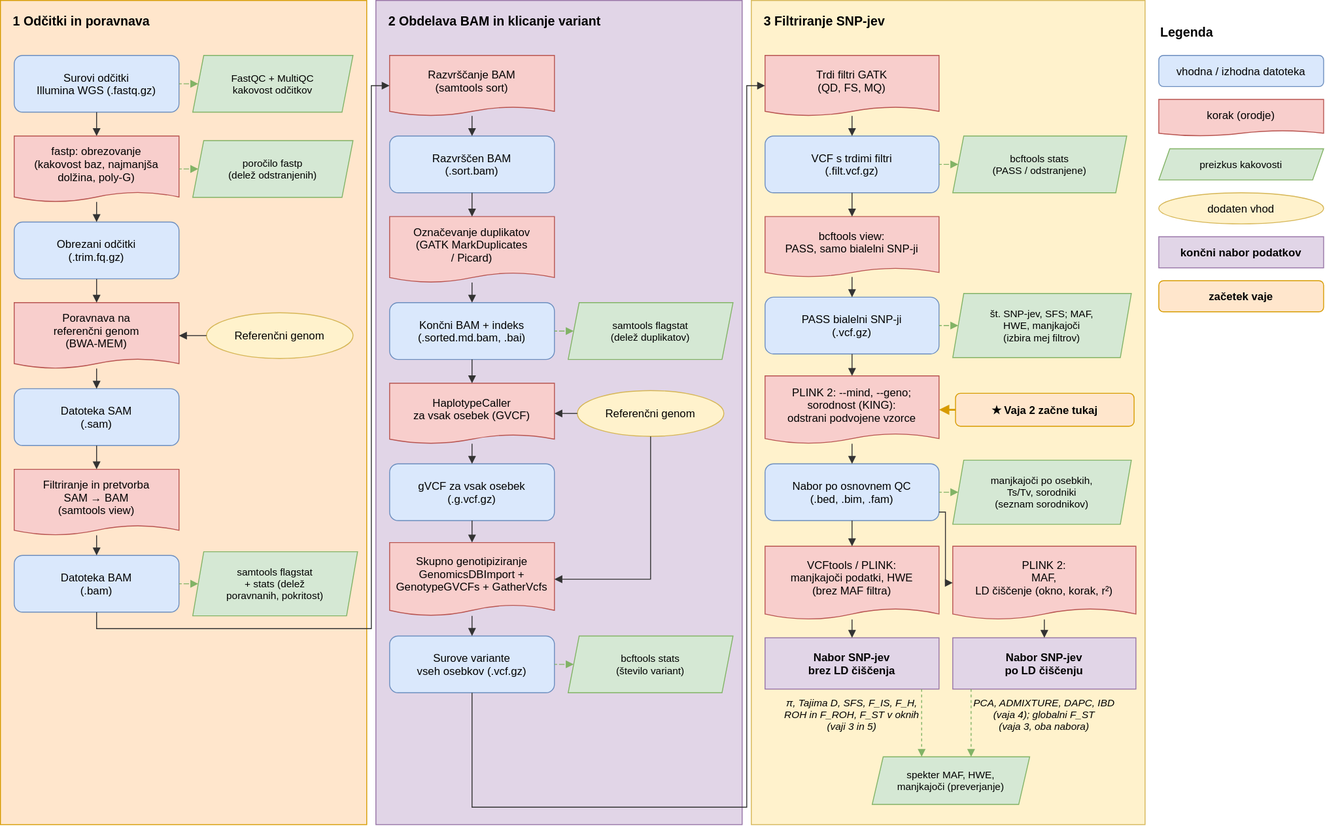
This is E2_plink/images/snp_pipeline_SL.drawio.svg from UrskaGeric/EPG, a draw.io export, as it was before one commit. Source tidied: cells renumbered, new cells last; positions are measured from the earlier drawing's top-left corner, leaving out a move shared by most shapes.
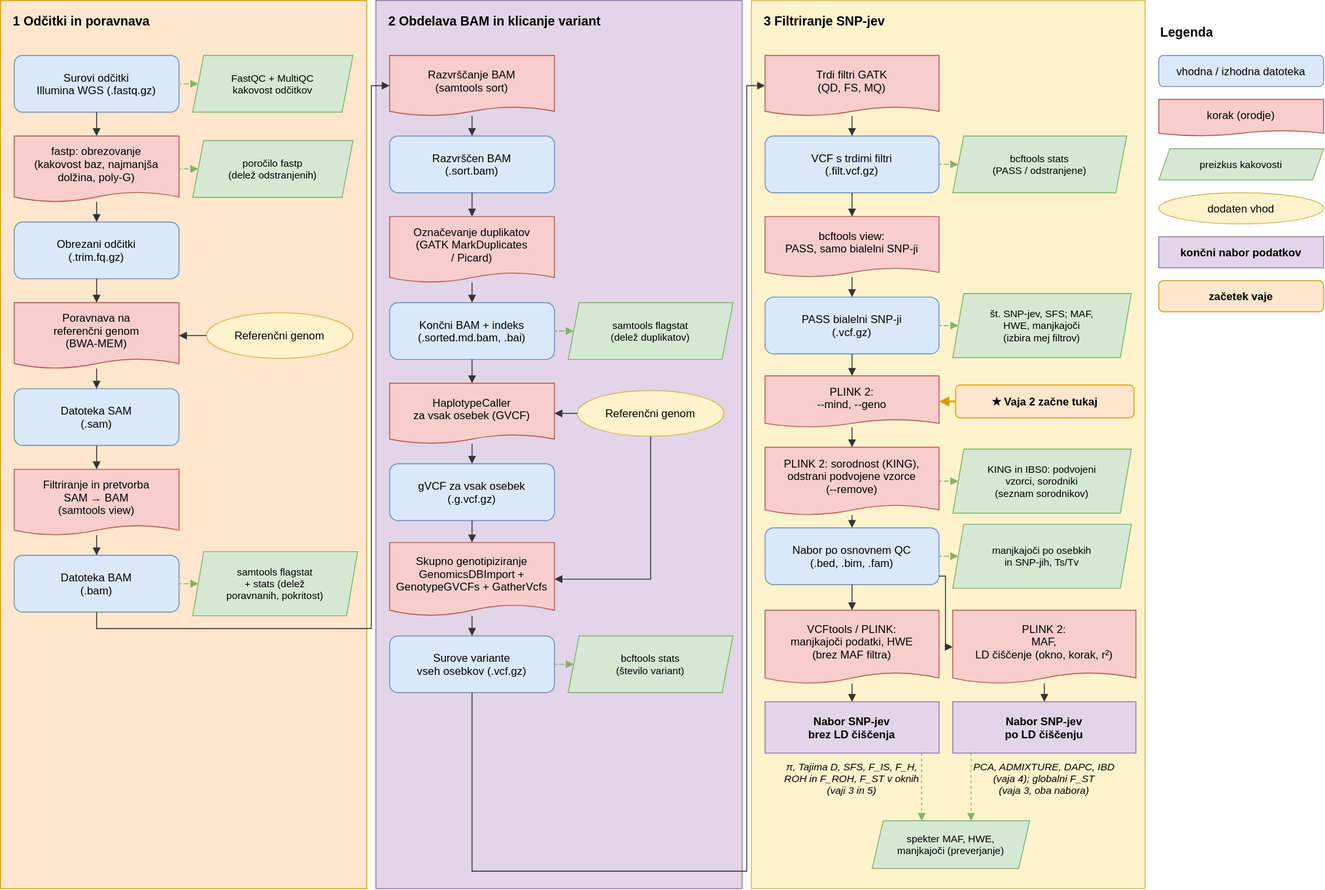
The same diagram one commit later.

Commit message:
Vaja 2: sorodnost v shemi kot ločen korak

The edit, as a diff of the source:
```diff
@@ -3,19 +3,19 @@
     <mxCell id="0" />
     <mxCell id="1" parent="0" />
     <mxCell id="2" style="rounded=0;html=0;fillColor=#ffe6cc;strokeColor=#d79b00;" parent="1" vertex="1">
-      <mxGeometry width="400" height="900" as="geometry" />
+      <mxGeometry width="400" height="970" as="geometry" />
     </mxCell>
     <mxCell id="3" value="1  Odčitki in poravnava" style="text;html=0;align=left;verticalAlign=top;fontSize=14;fontStyle=1;" parent="1" vertex="1">
       <mxGeometry x="12" y="8" width="376" height="30" as="geometry" />
     </mxCell>
     <mxCell id="4" style="rounded=0;html=0;fillColor=#e1d5e7;strokeColor=#9673a6;" parent="1" vertex="1">
-      <mxGeometry x="410" width="400" height="900" as="geometry" />
+      <mxGeometry x="410" width="400" height="970" as="geometry" />
     </mxCell>
     <mxCell id="5" value="2  Obdelava BAM in klicanje variant" style="text;html=0;align=left;verticalAlign=top;fontSize=14;fontStyle=1;" parent="1" vertex="1">
       <mxGeometry x="422" y="8" width="376" height="30" as="geometry" />
     </mxCell>
     <mxCell id="6" style="rounded=0;html=0;fillColor=#fff2cc;strokeColor=#d6b656;" parent="1" vertex="1">
-      <mxGeometry x="820" width="430" height="900" as="geometry" />
+      <mxGeometry x="820" width="430" height="970" as="geometry" />
     </mxCell>
     <mxCell id="7" value="3  Filtriranje SNP-jev" style="text;html=0;align=left;verticalAlign=top;fontSize=14;fontStyle=1;" parent="1" vertex="1">
       <mxGeometry x="832" y="8" width="406" height="30" as="geometry" />
@@ -181,31 +181,31 @@
       <mxGeometry x="1040" y="320" width="195" height="70" as="geometry" />
     </mxCell>
     <mxCell id="58" value="VCFtools / PLINK:&#10;manjkajoči podatki, HWE&#10;(brez MAF filtra)" style="shape=document;html=0;boundedLbl=1;size=0.15;fillColor=#f8cecc;strokeColor=#b85450;fontSize=12;" parent="1" vertex="1">
-      <mxGeometry x="835" y="596" width="190" height="80" as="geometry" />
+      <mxGeometry x="835" y="666" width="190" height="80" as="geometry" />
     </mxCell>
     <mxCell id="59" value="PLINK 2:&#10;MAF,&#10;LD čiščenje (okno, korak, r²)" style="shape=document;html=0;boundedLbl=1;size=0.15;fillColor=#f8cecc;strokeColor=#b85450;fontSize=12;" parent="1" vertex="1">
-      <mxGeometry x="1040" y="596" width="200" height="80" as="geometry" />
+      <mxGeometry x="1040" y="666" width="200" height="80" as="geometry" />
     </mxCell>
     <mxCell id="60" value="Nabor SNP-jev&#10;brez LD čiščenja" style="rounded=0;html=0;fillColor=#e1d5e7;strokeColor=#9673a6;fontSize=12;fontStyle=1;" parent="1" vertex="1">
-      <mxGeometry x="835" y="696" width="190" height="56" as="geometry" />
+      <mxGeometry x="835" y="766" width="190" height="56" as="geometry" />
     </mxCell>
     <mxCell id="61" value="Nabor SNP-jev&#10;po LD čiščenju" style="rounded=0;html=0;fillColor=#e1d5e7;strokeColor=#9673a6;fontSize=12;fontStyle=1;" parent="1" vertex="1">
-      <mxGeometry x="1040" y="696" width="200" height="56" as="geometry" />
+      <mxGeometry x="1040" y="766" width="200" height="56" as="geometry" />
     </mxCell>
     <mxCell id="62" value="π, Tajima D, SFS, F_IS, F_H,&#10;ROH in F_ROH, F_ST v oknih&#10;(vaji 3 in 5)" style="text;html=0;align=center;verticalAlign=top;fontSize=11;fontStyle=2;" parent="1" vertex="1">
-      <mxGeometry x="835" y="754" width="190" height="60" as="geometry" />
+      <mxGeometry x="835" y="824" width="190" height="60" as="geometry" />
     </mxCell>
     <mxCell id="63" value="PCA, ADMIXTURE, DAPC, IBD&#10;(vaja 4); globalni F_ST&#10;(vaja 3, oba nabora)" style="text;html=0;align=center;verticalAlign=top;fontSize=11;fontStyle=2;" parent="1" vertex="1">
-      <mxGeometry x="1040" y="754" width="200" height="60" as="geometry" />
+      <mxGeometry x="1040" y="824" width="200" height="60" as="geometry" />
     </mxCell>
     <mxCell id="64" value="spekter MAF, HWE,&#10;manjkajoči (preverjanje)" style="shape=parallelogram;perimeter=parallelogramPerimeter;html=0;fixedSize=1;size=12;fillColor=#d5e8d4;strokeColor=#82b366;fontSize=11;" parent="1" vertex="1">
-      <mxGeometry x="952" y="826" width="172" height="52" as="geometry" />
+      <mxGeometry x="952" y="896" width="172" height="52" as="geometry" />
     </mxCell>
     <mxCell id="65" style="edgeStyle=orthogonalEdgeStyle;rounded=0;html=0;endArrow=block;endFill=1;strokeColor=#333333;exitX=0.5;exitY=1;exitDx=0;exitDy=0;entryX=0;entryY=0.5;entryDx=0;entryDy=0;" parent="1" edge="1" source="38" target="52">
       <mxGeometry relative="1" as="geometry">
         <Array as="points">
-          <mxPoint x="515" y="881" />
-          <mxPoint x="815" y="881" />
+          <mxPoint x="515" y="951" />
+          <mxPoint x="815" y="951" />
           <mxPoint x="815" y="93" />
         </Array>
       </mxGeometry>
@@ -226,7 +226,7 @@
       <mxGeometry relative="1" as="geometry" />
     </mxCell>
     <mxCell id="71" value="★ Vaja 2 začne tukaj" style="rounded=1;html=0;fillColor=#ffe6cc;strokeColor=#d79b00;fontSize=12;fontStyle=1;" parent="1" vertex="1">
-      <mxGeometry x="1043" y="429" width="195" height="36" as="geometry" />
+      <mxGeometry x="1043" y="420" width="195" height="36" as="geometry" />
     </mxCell>
     <mxCell id="72" style="edgeStyle=orthogonalEdgeStyle;rounded=0;html=0;endArrow=block;endFill=1;strokeColor=#333333;exitX=0.5;exitY=1;exitDx=0;exitDy=0;entryX=0.5;entryY=0;entryDx=0;entryDy=0;" parent="1" edge="1" source="58" target="60">
       <mxGeometry relative="1" as="geometry" />
@@ -261,19 +261,19 @@
     <mxCell id="82" value="začetek vaje" style="rounded=1;html=0;fillColor=#ffe6cc;strokeColor=#d79b00;fontSize=12;fontStyle=1;" parent="1" vertex="1">
       <mxGeometry x="1265" y="306" width="180" height="34" as="geometry" />
     </mxCell>
-    <mxCell id="83" value="PLINK 2: --mind, --geno;&#10;sorodnost (KING):&#10;odstrani podvojene vzorce" style="shape=document;html=0;boundedLbl=1;size=0.15;fillColor=#f8cecc;strokeColor=#b85450;fontSize=12;" parent="1" vertex="1">
-      <mxGeometry x="835" y="410" width="190" height="74" as="geometry" />
+    <mxCell id="83" value="PLINK 2:&#10;--mind, --geno" style="shape=document;html=0;boundedLbl=1;size=0.15;fillColor=#f8cecc;strokeColor=#b85450;fontSize=12;" parent="1" vertex="1">
+      <mxGeometry x="835" y="410" width="190" height="56" as="geometry" />
     </mxCell>
     <mxCell id="84" value="Nabor po osnovnem QC&#10;(.bed, .bim, .fam)" style="rounded=1;html=0;fillColor=#dae8fc;strokeColor=#6c8ebf;fontSize=12;" parent="1" vertex="1">
-      <mxGeometry x="835" y="506" width="190" height="62" as="geometry" />
+      <mxGeometry x="835" y="576" width="190" height="62" as="geometry" />
     </mxCell>
-    <mxCell id="85" value="manjkajoči po osebkih,&#10;Ts/Tv, sorodniki&#10;(seznam sorodnikov)" style="shape=parallelogram;perimeter=parallelogramPerimeter;html=0;fixedSize=1;size=12;fillColor=#d5e8d4;strokeColor=#82b366;fontSize=11;" parent="1" vertex="1">
-      <mxGeometry x="1040" y="502" width="195" height="70" as="geometry" />
+    <mxCell id="85" value="manjkajoči po osebkih&#10;in SNP-jih, Ts/Tv" style="shape=parallelogram;perimeter=parallelogramPerimeter;html=0;fixedSize=1;size=12;fillColor=#d5e8d4;strokeColor=#82b366;fontSize=11;" parent="1" vertex="1">
+      <mxGeometry x="1040" y="572" width="195" height="70" as="geometry" />
     </mxCell>
     <mxCell id="86" style="edgeStyle=orthogonalEdgeStyle;rounded=0;html=0;endArrow=block;endFill=1;strokeColor=#333333;" parent="1" edge="1" source="56" target="83">
       <mxGeometry relative="1" as="geometry" />
     </mxCell>
-    <mxCell id="87" style="edgeStyle=orthogonalEdgeStyle;rounded=0;html=0;endArrow=block;endFill=1;strokeColor=#333333;" parent="1" edge="1" source="83" target="84">
+    <mxCell id="87" style="edgeStyle=orthogonalEdgeStyle;rounded=0;html=0;endArrow=block;endFill=1;strokeColor=#333333;" parent="1" edge="1" source="83" target="92">
       <mxGeometry relative="1" as="geometry" />
     </mxCell>
     <mxCell id="88" style="edgeStyle=orthogonalEdgeStyle;rounded=0;html=0;endArrow=block;endFill=1;strokeColor=#82b366;dashed=1;" parent="1" edge="1" source="84" target="85">
@@ -288,10 +288,22 @@
     <mxCell id="91" style="edgeStyle=orthogonalEdgeStyle;rounded=0;html=0;endArrow=block;endFill=1;strokeColor=#333333;exitX=1;exitY=0.85;exitDx=0;exitDy=0;entryX=0;entryY=0.5;entryDx=0;entryDy=0;" parent="1" edge="1" source="84" target="59">
       <mxGeometry relative="1" as="geometry">
         <Array as="points">
-          <mxPoint x="1032" y="559" />
-          <mxPoint x="1032" y="636" />
+          <mxPoint x="1032" y="629" />
+          <mxPoint x="1032" y="706" />
         </Array>
       </mxGeometry>
     </mxCell>
+    <mxCell id="92" value="PLINK 2: sorodnost (KING),&#10;odstrani podvojene vzorce&#10;(--remove)" style="shape=document;html=0;boundedLbl=1;size=0.15;fillColor=#f8cecc;strokeColor=#b85450;fontSize=12;" parent="1" vertex="1">
+      <mxGeometry x="835" y="488" width="190" height="74" as="geometry" />
+    </mxCell>
+    <mxCell id="93" value="KING in IBS0: podvojeni&#10;vzorci, sorodniki&#10;(seznam sorodnikov)" style="shape=parallelogram;perimeter=parallelogramPerimeter;html=0;fixedSize=1;size=12;fillColor=#d5e8d4;strokeColor=#82b366;fontSize=11;" parent="1" vertex="1">
+      <mxGeometry x="1040" y="490" width="195" height="70" as="geometry" />
+    </mxCell>
+    <mxCell id="94" style="edgeStyle=orthogonalEdgeStyle;rounded=0;html=0;endArrow=block;endFill=1;strokeColor=#333333;" parent="1" edge="1" source="92" target="84">
+      <mxGeometry relative="1" as="geometry" />
+    </mxCell>
+    <mxCell id="95" style="edgeStyle=orthogonalEdgeStyle;rounded=0;html=0;endArrow=block;endFill=1;strokeColor=#82b366;dashed=1;" parent="1" edge="1" source="92" target="93">
+      <mxGeometry relative="1" as="geometry" />
+    </mxCell>
   </root>
 </mxGraphModel>
```
